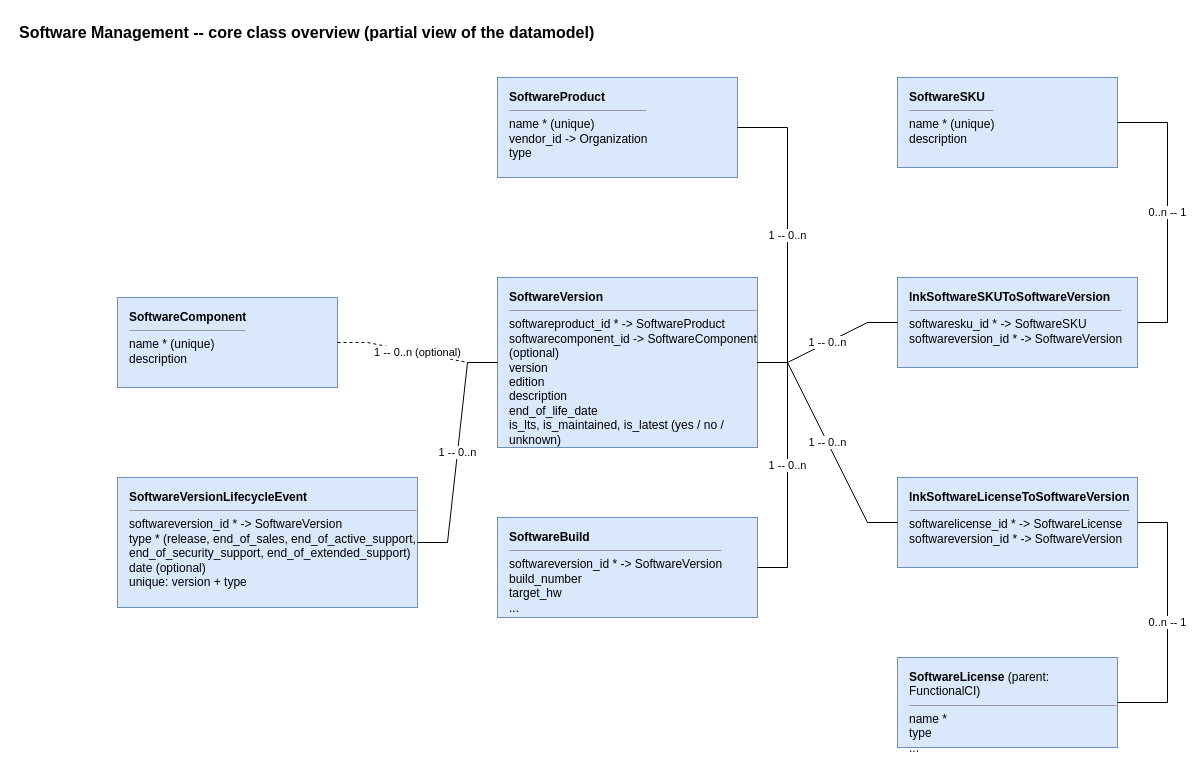
Earlier version of the draw.io diagram jb-software-mgmt-main/docs/class-diagram.drawio (jbostoen/itop-jb-software-mgmt). Source tidied: cells renumbered, new cells numbered last; positions are measured from the earlier drawing's top-left corner, leaving out a move shared by most shapes. Both pictures are drawn from the tidied source at 100%, with x=0, y=0 at pixel (17, 17).
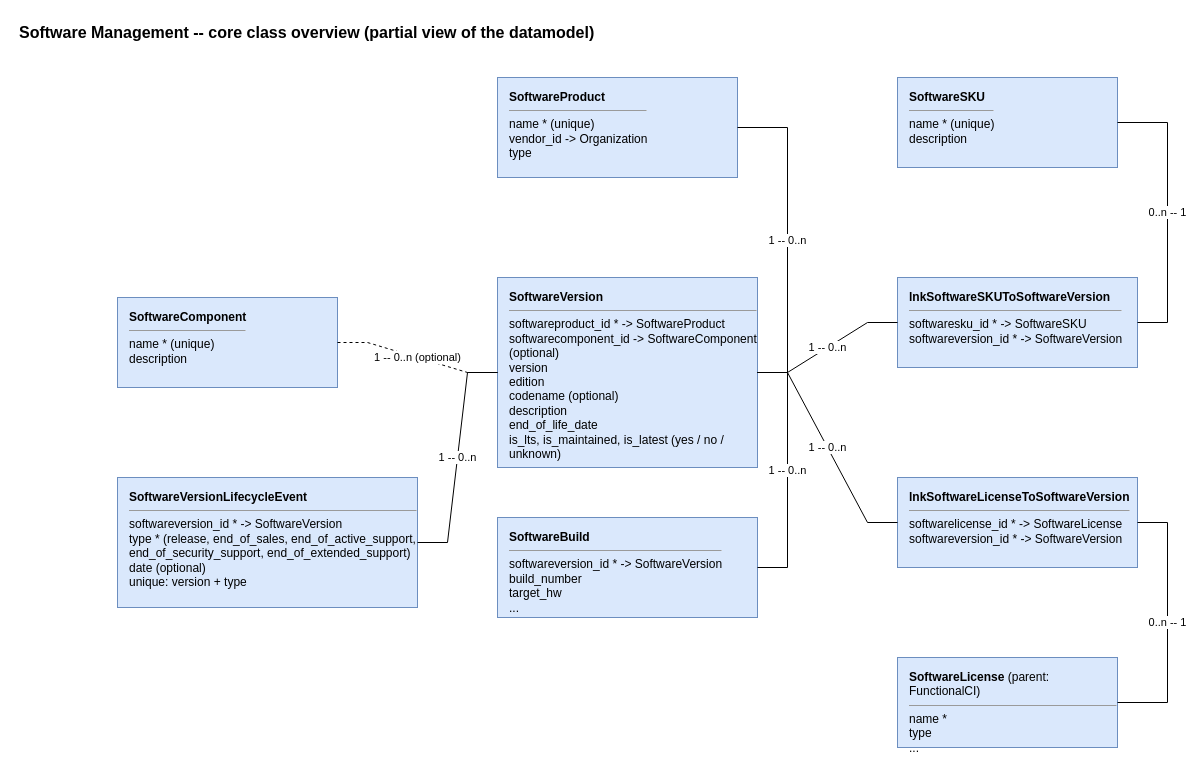
The same diagram, later.

Commit message:
* Documentation: Add the codename to the class diagram #19

Change to the diagram source:
```diff
@@
 <mxGraphModel>
   <root>
     <mxCell id="0" />
     <mxCell id="1" parent="0" />
     <mxCell id="2" value="Software Management -- core class overview (partial view of the datamodel)" style="text;html=1;align=left;verticalAlign=middle;fontSize=16;fontStyle=1;" parent="1" vertex="1">
       <mxGeometry width="900" height="30" as="geometry" />
     </mxCell>
     <mxCell id="3" value="&lt;b&gt;SoftwareProduct&lt;/b&gt;&lt;hr size=&quot;1&quot;/&gt;name * (unique)&lt;br&gt;vendor_id -&gt; Organization&lt;br&gt;type" style="rounded=0;whiteSpace=wrap;html=1;align=left;verticalAlign=top;spacingLeft=10;spacingTop=6;fontSize=12;fillColor=#dae8fc;strokeColor=#6c8ebf;" parent="1" vertex="1">
       <mxGeometry x="480" y="60" width="240" height="100" as="geometry" />
     </mxCell>
     <mxCell id="4" value="&lt;b&gt;SoftwareComponent&lt;/b&gt;&lt;hr size=&quot;1&quot;/&gt;name * (unique)&lt;br&gt;description" style="rounded=0;whiteSpace=wrap;html=1;align=left;verticalAlign=top;spacingLeft=10;spacingTop=6;fontSize=12;fillColor=#dae8fc;strokeColor=#6c8ebf;" parent="1" vertex="1">
       <mxGeometry x="100" y="280" width="220" height="90" as="geometry" />
     </mxCell>
-    <mxCell id="5" value="&lt;b&gt;SoftwareVersion&lt;/b&gt;&lt;hr size=&quot;1&quot;/&gt;softwareproduct_id * -&gt; SoftwareProduct&lt;br&gt;softwarecomponent_id -&gt; SoftwareComponent (optional)&lt;br&gt;version&lt;br&gt;edition&lt;br&gt;description&lt;br&gt;end_of_life_date&lt;br&gt;is_lts, is_maintained, is_latest (yes / no / unknown)" style="rounded=0;whiteSpace=wrap;html=1;align=left;verticalAlign=top;spacingLeft=10;spacingTop=6;fontSize=12;fillColor=#dae8fc;strokeColor=#6c8ebf;" parent="1" vertex="1">
-      <mxGeometry x="480" y="260" width="260" height="170" as="geometry" />
+    <mxCell id="5" value="&lt;b&gt;SoftwareVersion&lt;/b&gt;&lt;hr size=&quot;1&quot;/&gt;softwareproduct_id * -&gt; SoftwareProduct&lt;br&gt;softwarecomponent_id -&gt; SoftwareComponent (optional)&lt;br&gt;version&lt;br&gt;edition&lt;br&gt;codename (optional)&lt;br&gt;description&lt;br&gt;end_of_life_date&lt;br&gt;is_lts, is_maintained, is_latest (yes / no / unknown)" style="rounded=0;whiteSpace=wrap;html=1;align=left;verticalAlign=top;spacingLeft=10;spacingTop=6;fontSize=12;fillColor=#dae8fc;strokeColor=#6c8ebf;" parent="1" vertex="1">
+      <mxGeometry x="480" y="260" width="260" height="190" as="geometry" />
     </mxCell>
     <mxCell id="6" value="&lt;b&gt;SoftwareBuild&lt;/b&gt;&lt;hr size=&quot;1&quot;/&gt;softwareversion_id * -&gt; SoftwareVersion&lt;br&gt;build_number&lt;br&gt;target_hw&lt;br&gt;..." style="rounded=0;whiteSpace=wrap;html=1;align=left;verticalAlign=top;spacingLeft=10;spacingTop=6;fontSize=12;fillColor=#dae8fc;strokeColor=#6c8ebf;" parent="1" vertex="1">
       <mxGeometry x="480" y="500" width="260" height="100" as="geometry" />
     </mxCell>
     <mxCell id="7" value="&lt;b&gt;SoftwareSKU&lt;/b&gt;&lt;hr size=&quot;1&quot;/&gt;name * (unique)&lt;br&gt;description" style="rounded=0;whiteSpace=wrap;html=1;align=left;verticalAlign=top;spacingLeft=10;spacingTop=6;fontSize=12;fillColor=#dae8fc;strokeColor=#6c8ebf;" parent="1" vertex="1">
       <mxGeometry x="880" y="60" width="220" height="90" as="geometry" />
     </mxCell>
     <mxCell id="8" value="&lt;b&gt;lnkSoftwareSKUToSoftwareVersion&lt;/b&gt;&lt;hr size=&quot;1&quot;/&gt;softwaresku_id * -&gt; SoftwareSKU&lt;br&gt;softwareversion_id * -&gt; SoftwareVersion" style="rounded=0;whiteSpace=wrap;html=1;align=left;verticalAlign=top;spacingLeft=10;spacingTop=6;fontSize=12;fillColor=#dae8fc;strokeColor=#6c8ebf;" parent="1" vertex="1">
       <mxGeometry x="880" y="260" width="240" height="90" as="geometry" />
     </mxCell>
     <mxCell id="9" value="&lt;b&gt;lnkSoftwareLicenseToSoftwareVersion&lt;/b&gt;&lt;hr size=&quot;1&quot;/&gt;softwarelicense_id * -&gt; SoftwareLicense&lt;br&gt;softwareversion_id * -&gt; SoftwareVersion" style="rounded=0;whiteSpace=wrap;html=1;align=left;verticalAlign=top;spacingLeft=10;spacingTop=6;fontSize=12;fillColor=#dae8fc;strokeColor=#6c8ebf;" parent="1" vertex="1">
       <mxGeometry x="880" y="460" width="240" height="90" as="geometry" />
     </mxCell>
     <mxCell id="10" value="&lt;b&gt;SoftwareLicense&lt;/b&gt; (parent: FunctionalCI)&lt;hr size=&quot;1&quot;/&gt;name *&lt;br&gt;type&lt;br&gt;..." style="rounded=0;whiteSpace=wrap;html=1;align=left;verticalAlign=top;spacingLeft=10;spacingTop=6;fontSize=12;fillColor=#dae8fc;strokeColor=#6c8ebf;" parent="1" vertex="1">
       <mxGeometry x="880" y="640" width="220" height="90" as="geometry" />
     </mxCell>
     <mxCell id="11" value="&lt;b&gt;SoftwareVersionLifecycleEvent&lt;/b&gt;&lt;hr size=&quot;1&quot;/&gt;softwareversion_id * -&gt; SoftwareVersion&lt;br&gt;type * (release, end_of_sales, end_of_active_support, end_of_security_support, end_of_extended_support)&lt;br&gt;date (optional)&lt;br&gt;unique: version + type" style="rounded=0;whiteSpace=wrap;html=1;align=left;verticalAlign=top;spacingLeft=10;spacingTop=6;fontSize=12;fillColor=#dae8fc;strokeColor=#6c8ebf;" parent="1" vertex="1">
       <mxGeometry x="100" y="460" width="300" height="130" as="geometry" />
     </mxCell>
     <mxCell id="12" value="1 -- 0..n" style="edgeStyle=entityRelationEdgeStyle;rounded=0;html=1;fontSize=11;endArrow=none;startArrow=none;" parent="1" edge="1" source="3" target="5">
       <mxGeometry relative="1" as="geometry" />
     </mxCell>
     <mxCell id="13" value="1 -- 0..n (optional)" style="edgeStyle=entityRelationEdgeStyle;rounded=0;html=1;fontSize=11;endArrow=none;startArrow=none;dashed=1;" parent="1" edge="1" source="4" target="5">
       <mxGeometry relative="1" as="geometry" />
     </mxCell>
     <mxCell id="14" value="1 -- 0..n" style="edgeStyle=entityRelationEdgeStyle;rounded=0;html=1;fontSize=11;endArrow=none;startArrow=none;" parent="1" edge="1" source="5" target="6">
       <mxGeometry relative="1" as="geometry" />
     </mxCell>
     <mxCell id="15" value="1 -- 0..n" style="edgeStyle=entityRelationEdgeStyle;rounded=0;html=1;fontSize=11;endArrow=none;startArrow=none;" parent="1" edge="1" source="5" target="8">
       <mxGeometry relative="1" as="geometry" />
     </mxCell>
     <mxCell id="16" value="0..n -- 1" style="edgeStyle=entityRelationEdgeStyle;rounded=0;html=1;fontSize=11;endArrow=none;startArrow=none;" parent="1" edge="1" source="8" target="7">
       <mxGeometry relative="1" as="geometry" />
     </mxCell>
     <mxCell id="17" value="1 -- 0..n" style="edgeStyle=entityRelationEdgeStyle;rounded=0;html=1;fontSize=11;endArrow=none;startArrow=none;" parent="1" edge="1" source="5" target="9">
       <mxGeometry relative="1" as="geometry" />
     </mxCell>
     <mxCell id="18" value="0..n -- 1" style="edgeStyle=entityRelationEdgeStyle;rounded=0;html=1;fontSize=11;endArrow=none;startArrow=none;" parent="1" edge="1" source="9" target="10">
       <mxGeometry relative="1" as="geometry" />
     </mxCell>
     <mxCell id="19" value="1 -- 0..n" style="edgeStyle=entityRelationEdgeStyle;rounded=0;html=1;fontSize=11;endArrow=none;startArrow=none;" parent="1" edge="1" source="5" target="11">
       <mxGeometry relative="1" as="geometry" />
     </mxCell>
   </root>
 </mxGraphModel>
```
